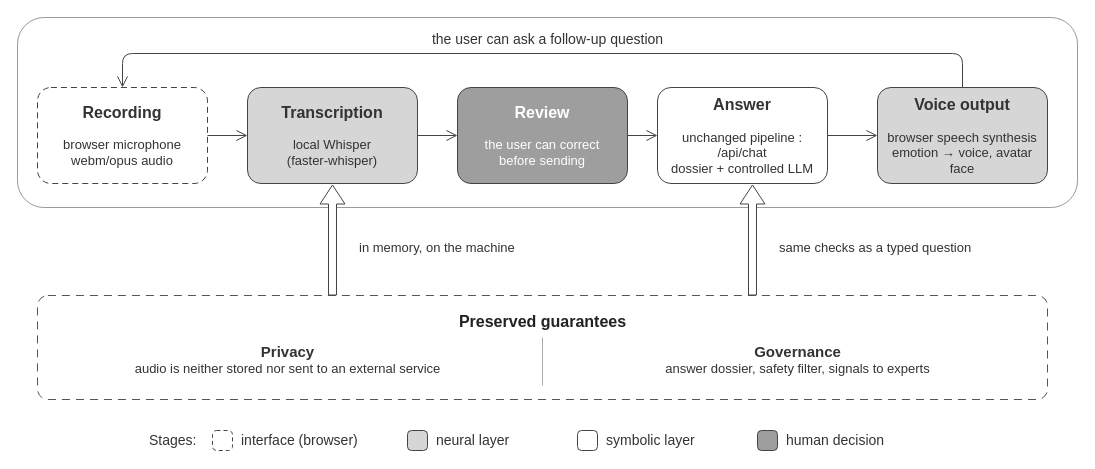
andY-bee-ux/iast-builder keeps this draw.io diagram as docs/volet-oral/voice-layer-architecture.drawio. Above is the earlier version. Source tidied: cells renumbered, new cells numbered last; positions are measured from the earlier drawing's top-left corner, leaving out a move shared by most shapes. Both pictures are drawn from the tidied source at 100%, with x=0, y=0 at pixel (17, 17).
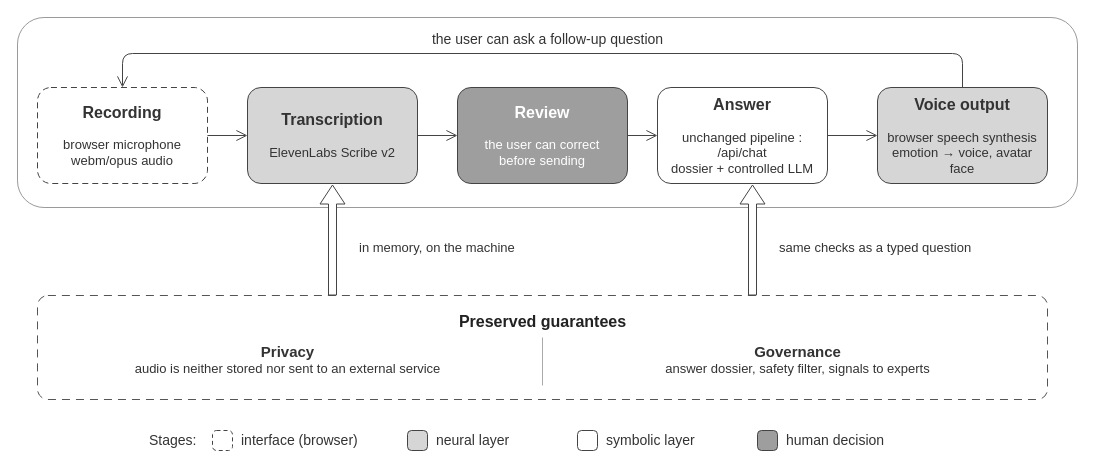
Above is the later version.

Change to the diagram source:
```diff
@@
-    <mxCell id="5" value="&lt;b style=&quot;font-size:16px&quot;&gt;Transcription&lt;/b&gt;&lt;br&gt;&lt;br&gt;local Whisper&lt;br&gt;(faster-whisper)" style="rounded=1;whiteSpace=wrap;html=1;arcSize=14;fillColor=#D6D6D6;strokeColor=#444444;fontSize=13;fontColor=#333333;fontFamily=Helvetica;" parent="1" vertex="1">
+    <mxCell id="5" value="&lt;b style=&quot;font-size:16px&quot;&gt;Transcription&lt;/b&gt;&lt;br&gt;&lt;br&gt;ElevenLabs Scribe v2" style="rounded=1;whiteSpace=wrap;html=1;arcSize=14;fillColor=#D6D6D6;strokeColor=#444444;fontSize=13;fontColor=#333333;fontFamily=Helvetica;" parent="1" vertex="1">
       <mxGeometry x="230" y="70" width="170" height="96" as="geometry" />
     </mxCell>
```
